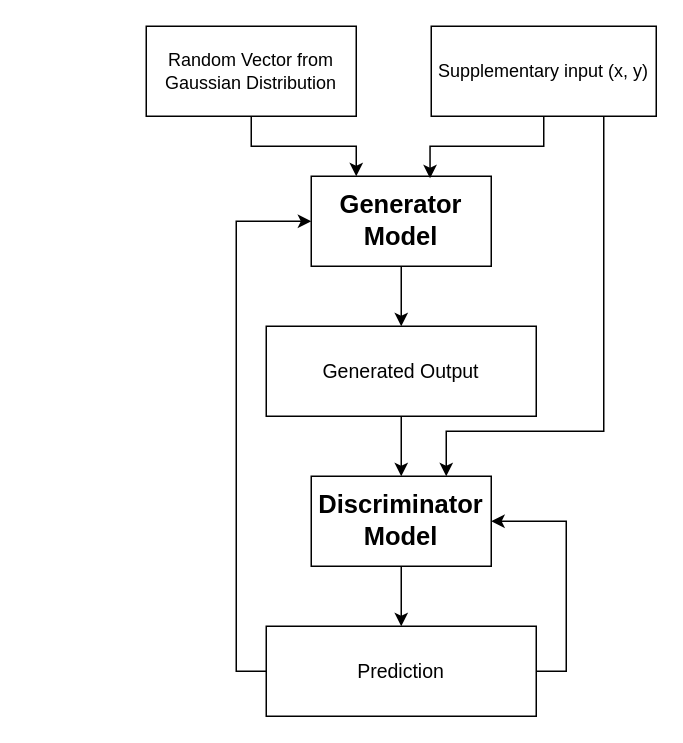
Above: figures/CGAN.drawio in faisal3325/gans-in-cv (draw.io), before the change. Source tidied: cells renumbered, new cells numbered last; positions are measured from the earlier drawing's top-left corner, leaving out a move shared by most shapes. Both pictures are drawn from the tidied source at 150%, with x=0, y=0 at pixel (146, 26).
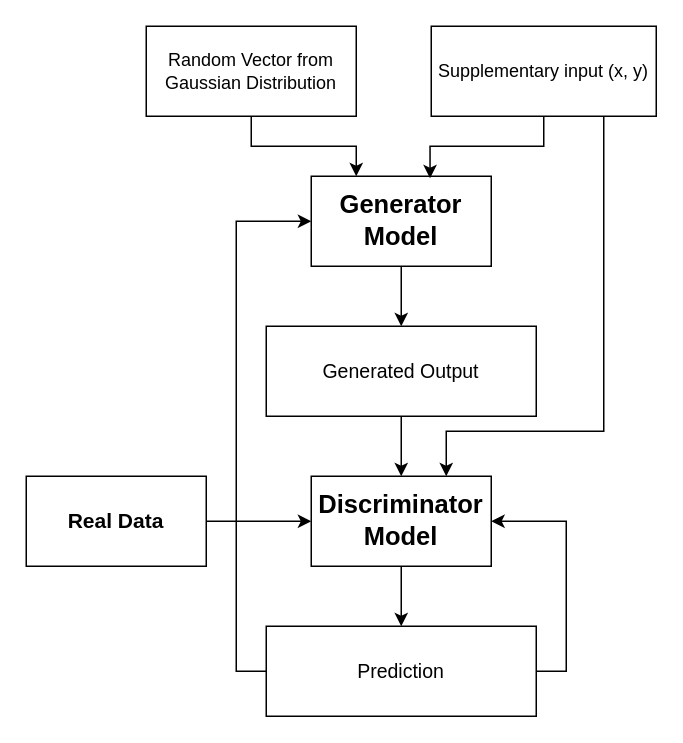
The same diagram, later.

The edit, as a diff of the source:
```diff
@@
 <mxGraphModel>
   <root>
     <mxCell id="0" />
     <mxCell id="1" parent="0" />
     <mxCell id="2" style="edgeStyle=orthogonalEdgeStyle;rounded=0;jettySize=auto;html=1;exitX=0.5;exitY=1;exitDx=0;exitDy=0;entryX=0.25;entryY=0;entryDx=0;entryDy=0;" parent="1" edge="1" source="3" target="5">
       <mxGeometry relative="1" as="geometry" />
     </mxCell>
     <mxCell id="3" value="Random Vector from Gaussian Distribution" style="rounded=0;whiteSpace=wrap;html=1;" parent="1" vertex="1">
       <mxGeometry width="140" height="60" as="geometry" />
     </mxCell>
     <mxCell id="4" style="edgeStyle=orthogonalEdgeStyle;rounded=0;jettySize=auto;html=1;exitX=0.5;exitY=1;exitDx=0;exitDy=0;entryX=0.5;entryY=0;entryDx=0;entryDy=0;" parent="1" edge="1" source="5" target="7">
       <mxGeometry relative="1" as="geometry" />
     </mxCell>
     <mxCell id="5" value="&lt;h3&gt;&lt;b&gt;&lt;font style=&quot;font-size: 17px&quot;&gt;Generator Model&lt;/font&gt;&lt;/b&gt;&lt;/h3&gt;" style="rounded=0;whiteSpace=wrap;html=1;" parent="1" vertex="1">
       <mxGeometry x="110" y="100" width="120" height="60" as="geometry" />
     </mxCell>
     <mxCell id="6" style="edgeStyle=orthogonalEdgeStyle;rounded=0;jettySize=auto;html=1;exitX=0.5;exitY=1;exitDx=0;exitDy=0;entryX=0.5;entryY=0;entryDx=0;entryDy=0;" parent="1" edge="1" source="7" target="9">
       <mxGeometry relative="1" as="geometry" />
     </mxCell>
     <mxCell id="7" value="&lt;font style=&quot;font-size: 13px&quot;&gt;Generated Output&lt;/font&gt;" style="rounded=0;whiteSpace=wrap;html=1;" parent="1" vertex="1">
       <mxGeometry x="80" y="200" width="180" height="60" as="geometry" />
     </mxCell>
     <mxCell id="8" style="edgeStyle=orthogonalEdgeStyle;rounded=0;jettySize=auto;html=1;exitX=0.5;exitY=1;exitDx=0;exitDy=0;entryX=0.5;entryY=0;entryDx=0;entryDy=0;" parent="1" edge="1" source="9" target="12">
       <mxGeometry relative="1" as="geometry" />
     </mxCell>
     <mxCell id="9" value="&lt;h3&gt;&lt;b&gt;&lt;font style=&quot;font-size: 17px&quot;&gt;Discriminator Model&lt;/font&gt;&lt;/b&gt;&lt;/h3&gt;" style="rounded=0;whiteSpace=wrap;html=1;" parent="1" vertex="1">
       <mxGeometry x="110" y="300" width="120" height="60" as="geometry" />
     </mxCell>
     <mxCell id="10" style="edgeStyle=orthogonalEdgeStyle;rounded=0;jettySize=auto;html=1;exitX=1;exitY=0.5;exitDx=0;exitDy=0;entryX=1;entryY=0.5;entryDx=0;entryDy=0;" parent="1" edge="1" source="12" target="9">
       <mxGeometry relative="1" as="geometry" />
     </mxCell>
     <mxCell id="11" style="edgeStyle=orthogonalEdgeStyle;rounded=0;jettySize=auto;html=1;exitX=0;exitY=0.5;exitDx=0;exitDy=0;entryX=0;entryY=0.5;entryDx=0;entryDy=0;" parent="1" edge="1" source="12" target="5">
       <mxGeometry relative="1" as="geometry" />
     </mxCell>
     <mxCell id="12" value="&lt;font style=&quot;font-size: 13px&quot;&gt;Prediction&lt;/font&gt;" style="rounded=0;whiteSpace=wrap;html=1;" parent="1" vertex="1">
       <mxGeometry x="80" y="400" width="180" height="60" as="geometry" />
     </mxCell>
     <mxCell id="13" style="edgeStyle=orthogonalEdgeStyle;rounded=0;jettySize=auto;html=1;exitX=0.5;exitY=1;exitDx=0;exitDy=0;entryX=0.66;entryY=0.023;entryDx=0;entryDy=0;entryPerimeter=0;" parent="1" edge="1" source="15" target="5">
       <mxGeometry relative="1" as="geometry" />
     </mxCell>
     <mxCell id="14" style="edgeStyle=orthogonalEdgeStyle;rounded=0;jettySize=auto;html=1;exitX=0.75;exitY=1;exitDx=0;exitDy=0;entryX=0.75;entryY=0;entryDx=0;entryDy=0;" parent="1" edge="1" source="15" target="9">
       <mxGeometry relative="1" as="geometry">
         <Array as="points">
           <mxPoint x="305" y="270" />
           <mxPoint x="200" y="270" />
         </Array>
       </mxGeometry>
     </mxCell>
     <mxCell id="15" value="Supplementary input (x, y)" style="rounded=0;whiteSpace=wrap;html=1;" parent="1" vertex="1">
       <mxGeometry x="190" width="150" height="60" as="geometry" />
     </mxCell>
+    <mxCell id="16" style="edgeStyle=orthogonalEdgeStyle;rounded=0;jettySize=auto;html=1;exitX=1;exitY=0.5;exitDx=0;exitDy=0;entryX=0;entryY=0.5;entryDx=0;entryDy=0;" parent="1" edge="1" source="17" target="9">
+      <mxGeometry relative="1" as="geometry" />
+    </mxCell>
+    <mxCell id="17" value="&lt;b&gt;&lt;font style=&quot;font-size: 14px&quot;&gt;Real Data&lt;/font&gt;&lt;/b&gt;" style="rounded=0;whiteSpace=wrap;html=1;" parent="1" vertex="1">
+      <mxGeometry x="-80" y="300" width="120" height="60" as="geometry" />
+    </mxCell>
   </root>
 </mxGraphModel>
```
